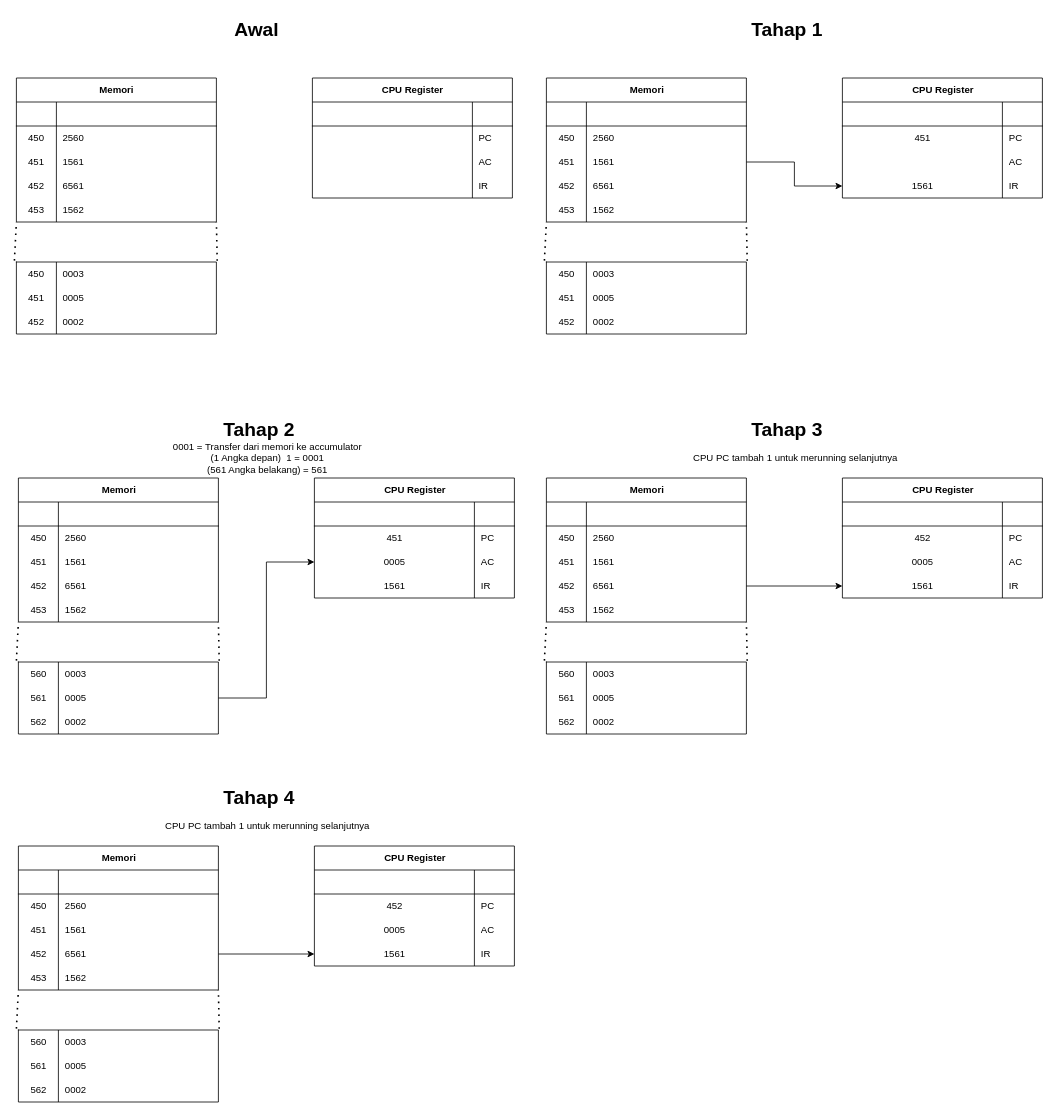
Above: CPU.drawio in ImNotDanish05/Tester (draw.io), before the change. Source tidied: cells renumbered, new cells numbered last; positions are measured from the earlier drawing's top-left corner, leaving out a move shared by most shapes. Both pictures are drawn from the tidied source at 80%, with x=0, y=0 at pixel (16, 14).
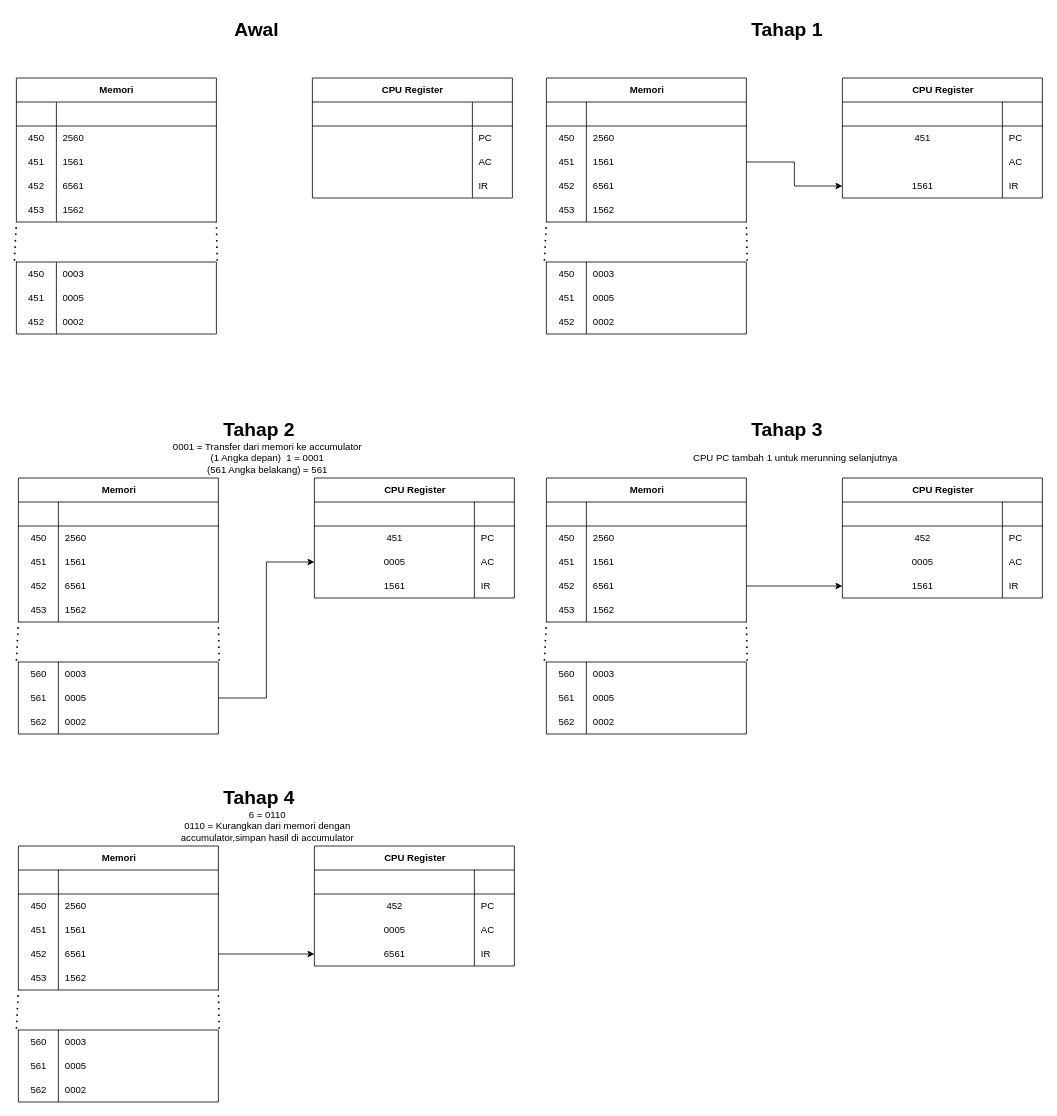
The same page after the edit.

The change refers to these unchanged cells:
```xml
<mxCell id="201" style="shape=tableRow;horizontal=0;startSize=0;swimlaneHead=0;swimlaneBody=0;fillColor=none;points=[[0,0.5],[1,0.5]];portConstraint=eastwest;top=0;left=0;right=0;bottom=0;" parent="191" vertex="1">
  <mxGeometry y="120" width="250" height="30" as="geometry" />
</mxCell>
```

The edit, as a diff of the source:
```diff
@@
-    <mxCell id="202" value="1561" style="shape=partialRectangle;fillColor=none;top=0;left=0;bottom=0;right=0;overflow=hidden;whiteSpace=wrap;html=1;" parent="201" vertex="1">
+    <mxCell id="202" value="6561" style="shape=partialRectangle;fillColor=none;top=0;left=0;bottom=0;right=0;overflow=hidden;whiteSpace=wrap;html=1;" parent="201" vertex="1">
       <mxGeometry width="200" height="30" as="geometry" />
     </mxCell>
@@
-    <mxCell id="217" value="CPU PC tambah 1 untuk merunning selanjutnya" style="text;html=1;align=center;verticalAlign=middle;whiteSpace=wrap;rounded=0;" parent="1" vertex="1">
+    <mxCell id="217" value="&lt;span style=&quot;background-color: initial;&quot;&gt;6 = 0110&lt;/span&gt;&lt;div&gt;0110 =&amp;nbsp;Kurangkan dari memori dengan accumulator,simpan hasil di accumulator &lt;/div&gt;" style="text;html=1;align=center;verticalAlign=middle;whiteSpace=wrap;rounded=0;" parent="1" vertex="1">
       <mxGeometry x="180" y="1000" width="267.5" height="30" as="geometry" />
     </mxCell>
```
